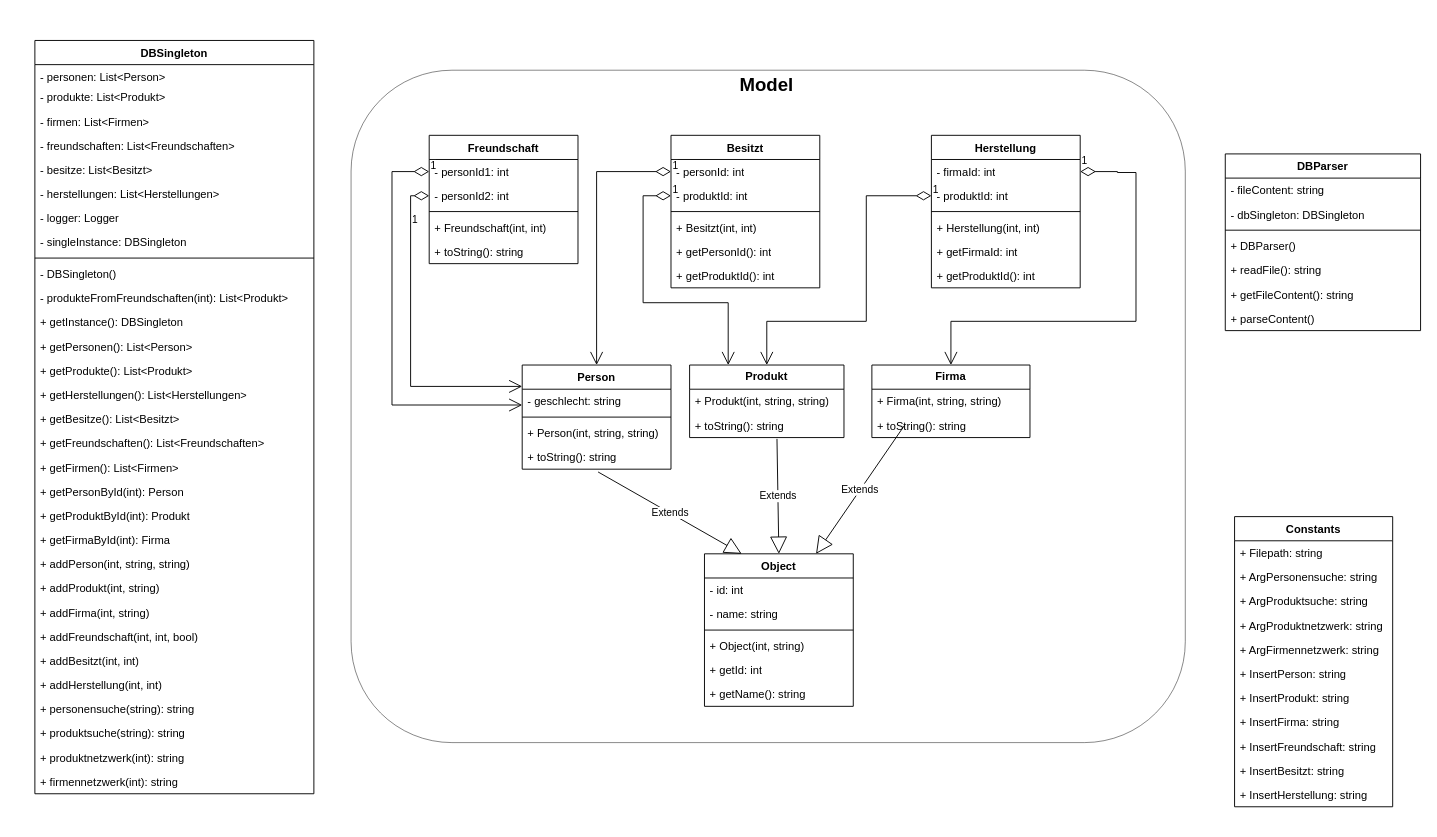
Earlier version of the draw.io diagram uml.drawio (tuke307/Produktdatenbank). Source tidied: cells renumbered, new cells numbered last; positions are measured from the earlier drawing's top-left corner, leaving out a move shared by most shapes. Both pictures are drawn from the tidied source at 93%, with x=0, y=0 at pixel (34, 40).
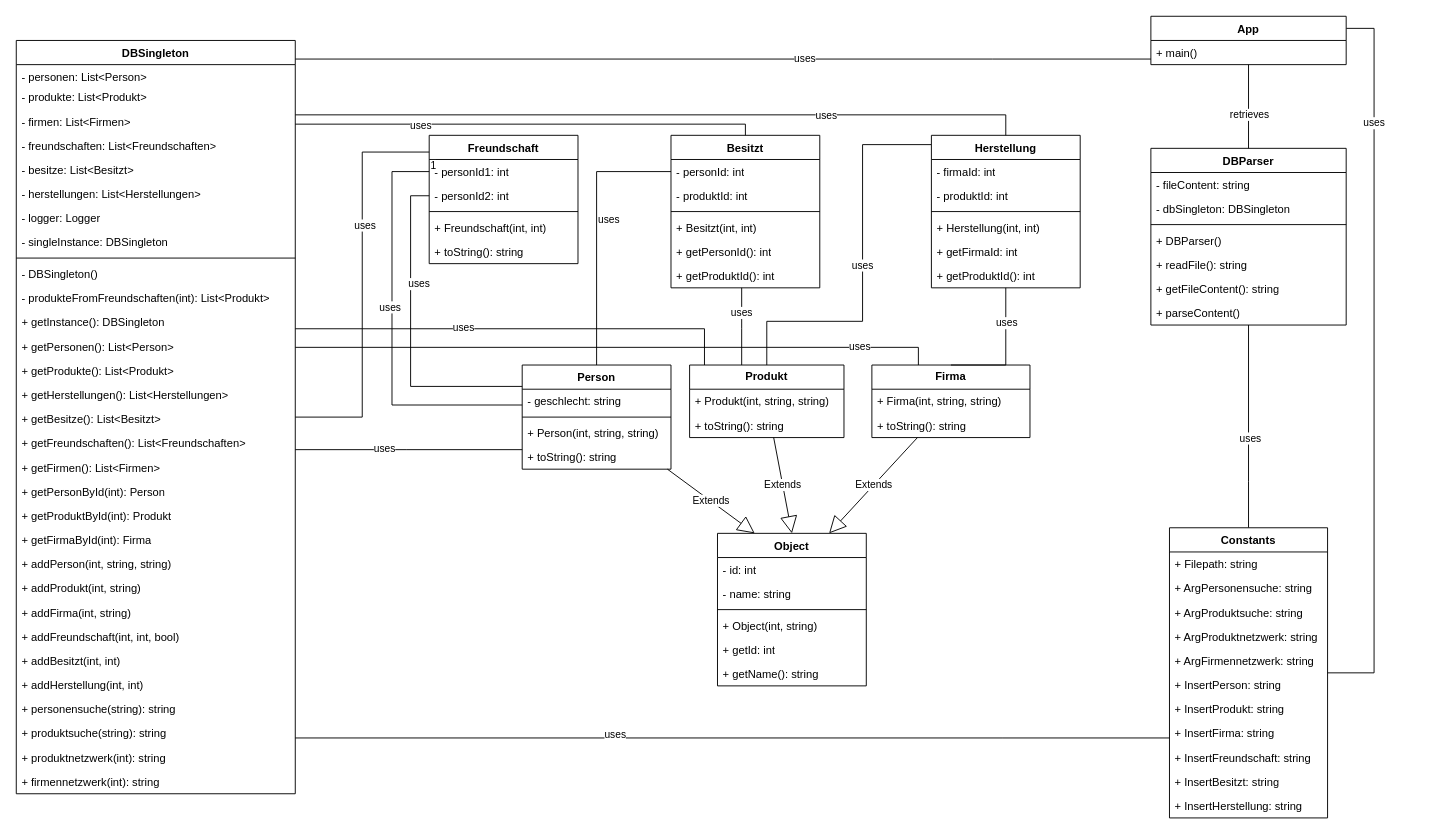
The same page after the edit.

Unchanged cells that the change refers to:
```xml
<mxCell id="10" value="&lt;b&gt;Produkt&lt;/b&gt;" style="swimlane;fontStyle=0;horizontal=1;startSize=26;fillColor=none;whiteSpace=wrap;html=1;" parent="1" vertex="1">
  <mxGeometry x="704" y="349" width="166" height="78" as="geometry" />
</mxCell>
<mxCell id="12" value="+ toString(): string" style="text;strokeColor=none;fillColor=none;align=left;verticalAlign=top;spacingLeft=4;spacingRight=4;overflow=hidden;points=[[0,0.5],[1,0.5]];portConstraint=eastwest;whiteSpace=wrap;html=1;" parent="10" vertex="1">
  <mxGeometry y="52" width="166" height="26" as="geometry" />
</mxCell>
<mxCell id="14" value="&lt;b&gt;Firma&lt;/b&gt;" style="swimlane;fontStyle=0;horizontal=1;startSize=26;fillColor=none;whiteSpace=wrap;html=1;" parent="1" vertex="1">
  <mxGeometry x="900" y="349" width="170" height="78" as="geometry" />
</mxCell>
<mxCell id="17" value="Person" style="swimlane;fontStyle=1;align=center;verticalAlign=top;horizontal=1;startSize=26;whiteSpace=wrap;html=1;" parent="1" vertex="1">
  <mxGeometry x="524" y="349" width="160" height="112" as="geometry" />
</mxCell>
<mxCell id="21" value="+ toString(): string" style="text;strokeColor=none;fillColor=none;align=left;verticalAlign=top;spacingLeft=4;spacingRight=4;overflow=hidden;points=[[0,0.5],[1,0.5]];portConstraint=eastwest;whiteSpace=wrap;html=1;" parent="17" vertex="1">
  <mxGeometry y="86" width="160" height="26" as="geometry" />
</mxCell>
<mxCell id="24" value="Besitzt" style="swimlane;fontStyle=1;align=center;verticalAlign=top;horizontal=1;startSize=26;whiteSpace=wrap;html=1;" parent="1" vertex="1">
  <mxGeometry x="684" y="102" width="160" height="164" as="geometry" />
</mxCell>
<mxCell id="25" value="- personId: int" style="text;strokeColor=none;fillColor=none;align=left;verticalAlign=top;spacingLeft=4;spacingRight=4;overflow=hidden;points=[[0,0.5],[1,0.5]];portConstraint=eastwest;whiteSpace=wrap;html=1;" parent="24" vertex="1">
  <mxGeometry y="26" width="160" height="26" as="geometry" />
</mxCell>
<mxCell id="26" value="- produktId: int" style="text;strokeColor=none;fillColor=none;align=left;verticalAlign=top;spacingLeft=4;spacingRight=4;overflow=hidden;points=[[0,0.5],[1,0.5]];portConstraint=eastwest;whiteSpace=wrap;html=1;" parent="24" vertex="1">
  <mxGeometry y="52" width="160" height="26" as="geometry" />
</mxCell>
<mxCell id="31" value="Freundschaft" style="swimlane;fontStyle=1;align=center;verticalAlign=top;horizontal=1;startSize=26;whiteSpace=wrap;html=1;" parent="1" vertex="1">
  <mxGeometry x="424" y="102" width="160" height="138" as="geometry" />
</mxCell>
<mxCell id="32" value="- personId1: int" style="text;strokeColor=none;fillColor=none;align=left;verticalAlign=top;spacingLeft=4;spacingRight=4;overflow=hidden;points=[[0,0.5],[1,0.5]];portConstraint=eastwest;whiteSpace=wrap;html=1;" parent="31" vertex="1">
  <mxGeometry y="26" width="160" height="26" as="geometry" />
</mxCell>
<mxCell id="33" value="- personId2: int" style="text;strokeColor=none;fillColor=none;align=left;verticalAlign=top;spacingLeft=4;spacingRight=4;overflow=hidden;points=[[0,0.5],[1,0.5]];portConstraint=eastwest;whiteSpace=wrap;html=1;" parent="31" vertex="1">
  <mxGeometry y="52" width="160" height="26" as="geometry" />
</mxCell>
<mxCell id="37" value="Herstellung" style="swimlane;fontStyle=1;align=center;verticalAlign=top;horizontal=1;startSize=26;whiteSpace=wrap;html=1;" parent="1" vertex="1">
  <mxGeometry x="964" y="102" width="160" height="164" as="geometry" />
</mxCell>
<mxCell id="38" value="- firmaId: int" style="text;strokeColor=none;fillColor=none;align=left;verticalAlign=top;spacingLeft=4;spacingRight=4;overflow=hidden;points=[[0,0.5],[1,0.5]];portConstraint=eastwest;whiteSpace=wrap;html=1;" parent="37" vertex="1">
  <mxGeometry y="26" width="160" height="26" as="geometry" />
</mxCell>
<mxCell id="39" value="- produktId: int" style="text;strokeColor=none;fillColor=none;align=left;verticalAlign=top;spacingLeft=4;spacingRight=4;overflow=hidden;points=[[0,0.5],[1,0.5]];portConstraint=eastwest;whiteSpace=wrap;html=1;" parent="37" vertex="1">
  <mxGeometry y="52" width="160" height="26" as="geometry" />
</mxCell>
```

The edit, as a diff of the source:
```diff
@@
-<mxGraphModel>
+<mxGraphModel background="#FFFFFF">
@@
-    <mxCell id="2" style="rounded=1;whiteSpace=wrap;html=1;strokeWidth=0.5;" parent="1" vertex="1">
-      <mxGeometry x="340" y="32" width="897" height="723" as="geometry" />
-    </mxCell>
     <mxCell id="3" value="Object" style="swimlane;fontStyle=1;align=center;verticalAlign=top;horizontal=1;startSize=26;whiteSpace=wrap;html=1;" parent="1" vertex="1">
-      <mxGeometry x="720" y="552" width="160" height="164" as="geometry" />
+      <mxGeometry x="734" y="530" width="160" height="164" as="geometry" />
     </mxCell>
@@
-    <mxCell id="13" value="Extends" style="endArrow=block;endSize=16;endFill=0;html=1;rounded=0;exitX=0.51;exitY=1.115;exitDx=0;exitDy=0;exitPerimeter=0;entryX=0.25;entryY=0;entryDx=0;entryDy=0;" parent="1" edge="1" source="21" target="3">
+    <mxCell id="13" value="Extends" style="endArrow=block;endSize=16;endFill=0;html=1;rounded=0;entryX=0.25;entryY=0;entryDx=0;entryDy=0;" parent="1" edge="1" source="17" target="3">
       <mxGeometry relative="1" as="geometry" />
     </mxCell>
@@
-    <mxCell id="22" value="Extends" style="endArrow=block;endSize=16;endFill=0;html=1;rounded=0;exitX=0.48;exitY=1.123;exitDx=0;exitDy=0;exitPerimeter=0;entryX=0.75;entryY=0;entryDx=0;entryDy=0;" parent="1" edge="1" target="3">
-      <mxGeometry relative="1" as="geometry">
-        <mxPoint x="935" y="414" as="sourcePoint" />
-      </mxGeometry>
+    <mxCell id="22" value="Extends" style="endArrow=block;endSize=16;endFill=0;html=1;rounded=0;entryX=0.75;entryY=0;entryDx=0;entryDy=0;" parent="1" edge="1" source="14" target="3">
+      <mxGeometry relative="1" as="geometry" />
     </mxCell>
-    <mxCell id="23" value="Extends" style="endArrow=block;endSize=16;endFill=0;html=1;rounded=0;exitX=0.566;exitY=1.054;exitDx=0;exitDy=0;exitPerimeter=0;entryX=0.5;entryY=0;entryDx=0;entryDy=0;" parent="1" edge="1" source="12" target="3">
+    <mxCell id="23" value="Extends" style="endArrow=block;endSize=16;endFill=0;html=1;rounded=0;entryX=0.5;entryY=0;entryDx=0;entryDy=0;" parent="1" edge="1" source="10" target="3">
       <mxGeometry relative="1" as="geometry" />
     </mxCell>
+    <mxCell id="103" style="edgeStyle=orthogonalEdgeStyle;rounded=0;html=1;startArrow=none;startFill=0;endArrow=none;endFill=0;" parent="1" edge="1" source="24" target="10">
+      <mxGeometry relative="1" as="geometry">
+        <Array as="points">
+          <mxPoint x="760" y="310" />
+          <mxPoint x="760" y="310" />
+        </Array>
+      </mxGeometry>
+    </mxCell>
+    <mxCell id="104" value="uses" style="edgeLabel;html=1;align=center;verticalAlign=middle;" parent="103" vertex="1">
+      <mxGeometry x="-0.37" y="-1" relative="1" as="geometry" />
+    </mxCell>
@@
+    <mxCell id="105" style="edgeStyle=orthogonalEdgeStyle;html=1;entryX=0.5;entryY=0;entryDx=0;entryDy=0;startArrow=none;startFill=0;endArrow=none;endFill=0;rounded=0;" parent="1" edge="1" source="37" target="10">
+      <mxGeometry relative="1" as="geometry">
+        <Array as="points">
+          <mxPoint x="890" y="112" />
+          <mxPoint x="890" y="302" />
+          <mxPoint x="787" y="302" />
+        </Array>
+      </mxGeometry>
+    </mxCell>
+    <mxCell id="106" value="uses" style="edgeLabel;html=1;align=center;verticalAlign=middle;" parent="105" vertex="1">
+      <mxGeometry x="-0.02" y="-1" relative="1" as="geometry" />
+    </mxCell>
+    <mxCell id="107" style="edgeStyle=orthogonalEdgeStyle;rounded=0;html=1;entryX=0.5;entryY=0;entryDx=0;entryDy=0;startArrow=none;startFill=0;endArrow=none;endFill=0;" parent="1" edge="1" source="37" target="14">
+      <mxGeometry relative="1" as="geometry">
+        <Array as="points">
+          <mxPoint x="1044" y="349" />
+        </Array>
+      </mxGeometry>
+    </mxCell>
+    <mxCell id="108" value="uses" style="edgeLabel;html=1;align=center;verticalAlign=middle;" parent="107" vertex="1">
+      <mxGeometry x="0.12" y="1" relative="1" as="geometry">
+        <mxPoint x="-1" y="-43" as="offset" />
+      </mxGeometry>
+    </mxCell>
@@
-    <mxCell id="44" value="1" style="endArrow=open;html=1;endSize=12;startArrow=diamondThin;startSize=14;startFill=0;edgeStyle=orthogonalEdgeStyle;align=left;verticalAlign=bottom;rounded=0;entryX=0.5;entryY=0;entryDx=0;entryDy=0;exitX=0;exitY=0.5;exitDx=0;exitDy=0;" parent="1" edge="1" source="39" target="10">
-      <mxGeometry x="-1" y="3" relative="1" as="geometry">
-        <Array as="points">
-          <mxPoint x="894" y="167" />
-          <mxPoint x="894" y="302" />
-          <mxPoint x="787" y="302" />
-        </Array>
-      </mxGeometry>
-    </mxCell>
-    <mxCell id="45" value="1" style="endArrow=open;html=1;endSize=12;startArrow=diamondThin;startSize=14;startFill=0;edgeStyle=orthogonalEdgeStyle;align=left;verticalAlign=bottom;rounded=0;entryX=0.5;entryY=0;entryDx=0;entryDy=0;exitX=1;exitY=0.5;exitDx=0;exitDy=0;" parent="1" edge="1" source="38" target="14">
-      <mxGeometry x="-1" y="3" relative="1" as="geometry">
-        <Array as="points">
-          <mxPoint x="1164" y="141" />
-          <mxPoint x="1184" y="142" />
-          <mxPoint x="1184" y="302" />
-          <mxPoint x="970" y="302" />
-        </Array>
-      </mxGeometry>
-    </mxCell>
-    <mxCell id="46" value="1" style="endArrow=open;html=1;endSize=12;startArrow=diamondThin;startSize=14;startFill=0;edgeStyle=orthogonalEdgeStyle;align=left;verticalAlign=bottom;rounded=0;entryX=0.5;entryY=0;entryDx=0;entryDy=0;exitX=0;exitY=0.5;exitDx=0;exitDy=0;" parent="1" edge="1" source="25" target="17">
-      <mxGeometry x="-1" y="3" relative="1" as="geometry" />
+    <mxCell id="46" value="uses" style="endArrow=none;html=1;endSize=12;startArrow=none;startSize=14;startFill=0;edgeStyle=orthogonalEdgeStyle;align=left;verticalAlign=bottom;rounded=0;entryX=0.5;entryY=0;entryDx=0;entryDy=0;exitX=0;exitY=0.5;exitDx=0;exitDy=0;endFill=0;" parent="1" edge="1" source="25" target="17">
+      <mxGeometry x="-0.02" relative="1" as="geometry" />
     </mxCell>
-    <mxCell id="47" value="1" style="endArrow=open;html=1;endSize=12;startArrow=diamondThin;startSize=14;startFill=0;edgeStyle=orthogonalEdgeStyle;align=left;verticalAlign=bottom;rounded=0;entryX=0.25;entryY=0;entryDx=0;entryDy=0;exitX=0;exitY=0.5;exitDx=0;exitDy=0;" parent="1" edge="1" source="26" target="10">
-      <mxGeometry x="-1" y="3" relative="1" as="geometry">
-        <Array as="points">
-          <mxPoint x="654" y="167" />
-          <mxPoint x="654" y="282" />
-          <mxPoint x="746" y="282" />
-        </Array>
-      </mxGeometry>
-    </mxCell>
-    <mxCell id="48" value="1" style="endArrow=open;html=1;endSize=12;startArrow=diamondThin;startSize=14;startFill=0;edgeStyle=orthogonalEdgeStyle;align=left;verticalAlign=bottom;rounded=0;" parent="1" edge="1" source="32" target="17">
+    <mxCell id="48" value="1" style="endArrow=none;html=1;endSize=12;startArrow=none;startSize=14;startFill=0;edgeStyle=orthogonalEdgeStyle;align=left;verticalAlign=bottom;rounded=0;endFill=0;" parent="1" edge="1" source="32" target="17">
       <mxGeometry x="-1" y="3" relative="1" as="geometry">
         <Array as="points">
           <mxPoint x="384" y="141" />
           <mxPoint x="384" y="392" />
         </Array>
       </mxGeometry>
     </mxCell>
+    <mxCell id="109" value="uses" style="edgeLabel;html=1;align=center;verticalAlign=middle;" parent="48" vertex="1">
+      <mxGeometry x="-0.08" y="-3" relative="1" as="geometry">
+        <mxPoint y="-13" as="offset" />
+      </mxGeometry>
+    </mxCell>
-    <mxCell id="49" value="1" style="endArrow=open;html=1;endSize=12;startArrow=diamondThin;startSize=14;startFill=0;edgeStyle=orthogonalEdgeStyle;align=left;verticalAlign=bottom;rounded=0;" parent="1" edge="1" source="33" target="17">
-      <mxGeometry x="-0.68" relative="1" as="geometry">
+    <mxCell id="49" value="uses" style="endArrow=none;html=1;endSize=12;startArrow=none;startSize=14;startFill=0;edgeStyle=orthogonalEdgeStyle;align=left;verticalAlign=bottom;rounded=0;endFill=0;" parent="1" edge="1" source="33" target="17">
+      <mxGeometry x="-0.28" y="-4" relative="1" as="geometry">
         <Array as="points">
           <mxPoint x="404" y="167" />
           <mxPoint x="404" y="372" />
         </Array>
       </mxGeometry>
     </mxCell>
-    <mxCell id="50" value="&lt;font style=&quot;font-size: 20px;&quot;&gt;&lt;b&gt;Model&lt;/b&gt;&lt;/font&gt;" style="text;html=1;strokeColor=none;fillColor=none;align=center;verticalAlign=middle;whiteSpace=wrap;rounded=0;" parent="1" vertex="1">
-      <mxGeometry x="757" y="32" width="60" height="30" as="geometry" />
-    </mxCell>
+    <mxCell id="110" style="edgeStyle=orthogonalEdgeStyle;rounded=0;html=1;startArrow=none;startFill=0;endArrow=none;endFill=0;" parent="1" edge="1" source="51" target="31">
+      <mxGeometry relative="1" as="geometry">
+        <Array as="points">
+          <mxPoint x="352" y="405" />
+          <mxPoint x="352" y="120" />
+        </Array>
+      </mxGeometry>
+    </mxCell>
+    <mxCell id="111" value="uses" style="edgeLabel;html=1;align=center;verticalAlign=middle;" parent="110" vertex="1">
+      <mxGeometry x="0.3" y="-2" relative="1" as="geometry" />
+    </mxCell>
+    <mxCell id="112" style="edgeStyle=orthogonalEdgeStyle;rounded=0;html=1;startArrow=none;startFill=0;endArrow=none;endFill=0;" parent="1" edge="1" source="51" target="24">
+      <mxGeometry relative="1" as="geometry">
+        <Array as="points">
+          <mxPoint x="764" y="90" />
+        </Array>
+      </mxGeometry>
+    </mxCell>
+    <mxCell id="113" value="uses" style="edgeLabel;html=1;align=center;verticalAlign=middle;" parent="112" vertex="1">
+      <mxGeometry x="-0.46" y="-1" relative="1" as="geometry" />
+    </mxCell>
+    <mxCell id="114" style="edgeStyle=orthogonalEdgeStyle;rounded=0;html=1;startArrow=none;startFill=0;endArrow=none;endFill=0;" parent="1" edge="1" source="51" target="37">
+      <mxGeometry relative="1" as="geometry">
+        <Array as="points">
+          <mxPoint x="1044" y="80" />
+        </Array>
+      </mxGeometry>
+    </mxCell>
+    <mxCell id="115" value="uses" style="edgeLabel;html=1;align=center;verticalAlign=middle;" parent="114" vertex="1">
+      <mxGeometry x="0.45" relative="1" as="geometry" />
+    </mxCell>
+    <mxCell id="116" style="edgeStyle=orthogonalEdgeStyle;rounded=0;html=1;startArrow=none;startFill=0;endArrow=none;endFill=0;" parent="1" edge="1" source="51" target="17">
+      <mxGeometry relative="1" as="geometry">
+        <Array as="points">
+          <mxPoint x="400" y="440" />
+          <mxPoint x="400" y="440" />
+        </Array>
+      </mxGeometry>
+    </mxCell>
+    <mxCell id="117" value="uses" style="edgeLabel;html=1;align=center;verticalAlign=middle;" parent="116" vertex="1">
+      <mxGeometry x="-0.22" y="2" relative="1" as="geometry" />
+    </mxCell>
+    <mxCell id="118" style="edgeStyle=orthogonalEdgeStyle;rounded=0;html=1;startArrow=none;startFill=0;endArrow=none;endFill=0;" parent="1" edge="1" source="51" target="10">
+      <mxGeometry relative="1" as="geometry">
+        <Array as="points">
+          <mxPoint x="720" y="310" />
+        </Array>
+      </mxGeometry>
+    </mxCell>
+    <mxCell id="119" value="uses" style="edgeLabel;html=1;align=center;verticalAlign=middle;" parent="118" vertex="1">
+      <mxGeometry x="-0.25" y="2" relative="1" as="geometry" />
+    </mxCell>
+    <mxCell id="120" style="edgeStyle=orthogonalEdgeStyle;rounded=0;html=1;startArrow=none;startFill=0;endArrow=none;endFill=0;" parent="1" edge="1" source="51" target="14">
+      <mxGeometry relative="1" as="geometry">
+        <Array as="points">
+          <mxPoint x="950" y="330" />
+        </Array>
+      </mxGeometry>
+    </mxCell>
+    <mxCell id="121" value="uses" style="edgeLabel;html=1;align=center;verticalAlign=middle;" parent="120" vertex="1">
+      <mxGeometry x="0.76" y="2" relative="1" as="geometry" />
+    </mxCell>
     <mxCell id="51" value="DBSingleton" style="swimlane;fontStyle=1;align=center;verticalAlign=top;horizontal=1;startSize=26;whiteSpace=wrap;html=1;" parent="1" vertex="1">
-      <mxGeometry width="300" height="810" as="geometry" />
+      <mxGeometry x="-20" width="300" height="810" as="geometry" />
     </mxCell>
@@
+    <mxCell id="122" style="edgeStyle=orthogonalEdgeStyle;rounded=0;html=1;startArrow=none;startFill=0;endArrow=none;endFill=0;" parent="1" edge="1" source="83" target="95">
+      <mxGeometry relative="1" as="geometry">
+        <Array as="points">
+          <mxPoint x="1305" y="474" />
+          <mxPoint x="1305" y="474" />
+        </Array>
+      </mxGeometry>
+    </mxCell>
+    <mxCell id="123" value="uses" style="edgeLabel;html=1;align=center;verticalAlign=middle;" parent="122" vertex="1">
+      <mxGeometry x="-0.11" y="-1" relative="1" as="geometry" />
+    </mxCell>
+    <mxCell id="124" style="edgeStyle=orthogonalEdgeStyle;rounded=0;html=1;startArrow=none;startFill=0;endArrow=none;endFill=0;" parent="1" edge="1" source="83" target="51">
+      <mxGeometry relative="1" as="geometry">
+        <Array as="points">
+          <mxPoint x="1040" y="750" />
+          <mxPoint x="1040" y="750" />
+        </Array>
+      </mxGeometry>
+    </mxCell>
+    <mxCell id="125" value="uses" style="edgeLabel;html=1;align=center;verticalAlign=middle;" parent="124" vertex="1">
+      <mxGeometry x="0.27" y="-4" relative="1" as="geometry" />
+    </mxCell>
+    <mxCell id="126" style="edgeStyle=orthogonalEdgeStyle;rounded=0;html=1;entryX=1;entryY=0.25;entryDx=0;entryDy=0;startArrow=none;startFill=0;endArrow=none;endFill=0;" parent="1" edge="1" source="83" target="132">
+      <mxGeometry relative="1" as="geometry">
+        <Array as="points">
+          <mxPoint x="1440" y="680" />
+          <mxPoint x="1440" y="-13" />
+        </Array>
+      </mxGeometry>
+    </mxCell>
+    <mxCell id="127" value="uses" style="edgeLabel;html=1;align=center;verticalAlign=middle;" parent="126" vertex="1">
+      <mxGeometry x="0.66" y="1" relative="1" as="geometry" />
+    </mxCell>
     <mxCell id="83" value="Constants" style="swimlane;fontStyle=1;align=center;verticalAlign=top;horizontal=1;startSize=26;whiteSpace=wrap;html=1;" parent="1" vertex="1">
-      <mxGeometry x="1290" y="512" width="170" height="312" as="geometry" />
+      <mxGeometry x="1220" y="524" width="170" height="312" as="geometry" />
     </mxCell>
@@
     <mxCell id="95" value="DBParser" style="swimlane;fontStyle=1;align=center;verticalAlign=top;horizontal=1;startSize=26;whiteSpace=wrap;html=1;" parent="1" vertex="1">
-      <mxGeometry x="1280" y="122" width="210" height="190" as="geometry" />
+      <mxGeometry x="1200" y="116" width="210" height="190" as="geometry" />
     </mxCell>
@@
+    <mxCell id="128" style="edgeStyle=orthogonalEdgeStyle;rounded=0;html=1;startArrow=none;startFill=0;endArrow=none;endFill=0;" parent="1" edge="1" source="132" target="51">
+      <mxGeometry relative="1" as="geometry">
+        <Array as="points">
+          <mxPoint x="1030" y="20" />
+          <mxPoint x="1030" y="20" />
+        </Array>
+      </mxGeometry>
+    </mxCell>
+    <mxCell id="129" value="uses" style="edgeLabel;html=1;align=center;verticalAlign=middle;" parent="128" vertex="1">
+      <mxGeometry x="-0.19" y="-1" relative="1" as="geometry" />
+    </mxCell>
+    <mxCell id="130" style="edgeStyle=orthogonalEdgeStyle;rounded=0;html=1;startArrow=none;startFill=0;endArrow=none;endFill=0;" parent="1" edge="1" source="132" target="95">
+      <mxGeometry relative="1" as="geometry" />
+    </mxCell>
+    <mxCell id="131" value="retrieves" style="edgeLabel;html=1;align=center;verticalAlign=middle;" parent="130" vertex="1">
+      <mxGeometry x="0.17" relative="1" as="geometry" />
+    </mxCell>
+    <mxCell id="132" value="App" style="swimlane;fontStyle=1;align=center;verticalAlign=top;horizontal=1;startSize=26;whiteSpace=wrap;html=1;" parent="1" vertex="1">
+      <mxGeometry x="1200" y="-26" width="210" height="52" as="geometry" />
+    </mxCell>
+    <mxCell id="133" value="+ main()" style="text;strokeColor=none;fillColor=none;align=left;verticalAlign=top;spacingLeft=4;spacingRight=4;overflow=hidden;whiteSpace=wrap;html=1;" parent="132" vertex="1">
+      <mxGeometry y="26" width="210" height="26" as="geometry" />
+    </mxCell>
```
